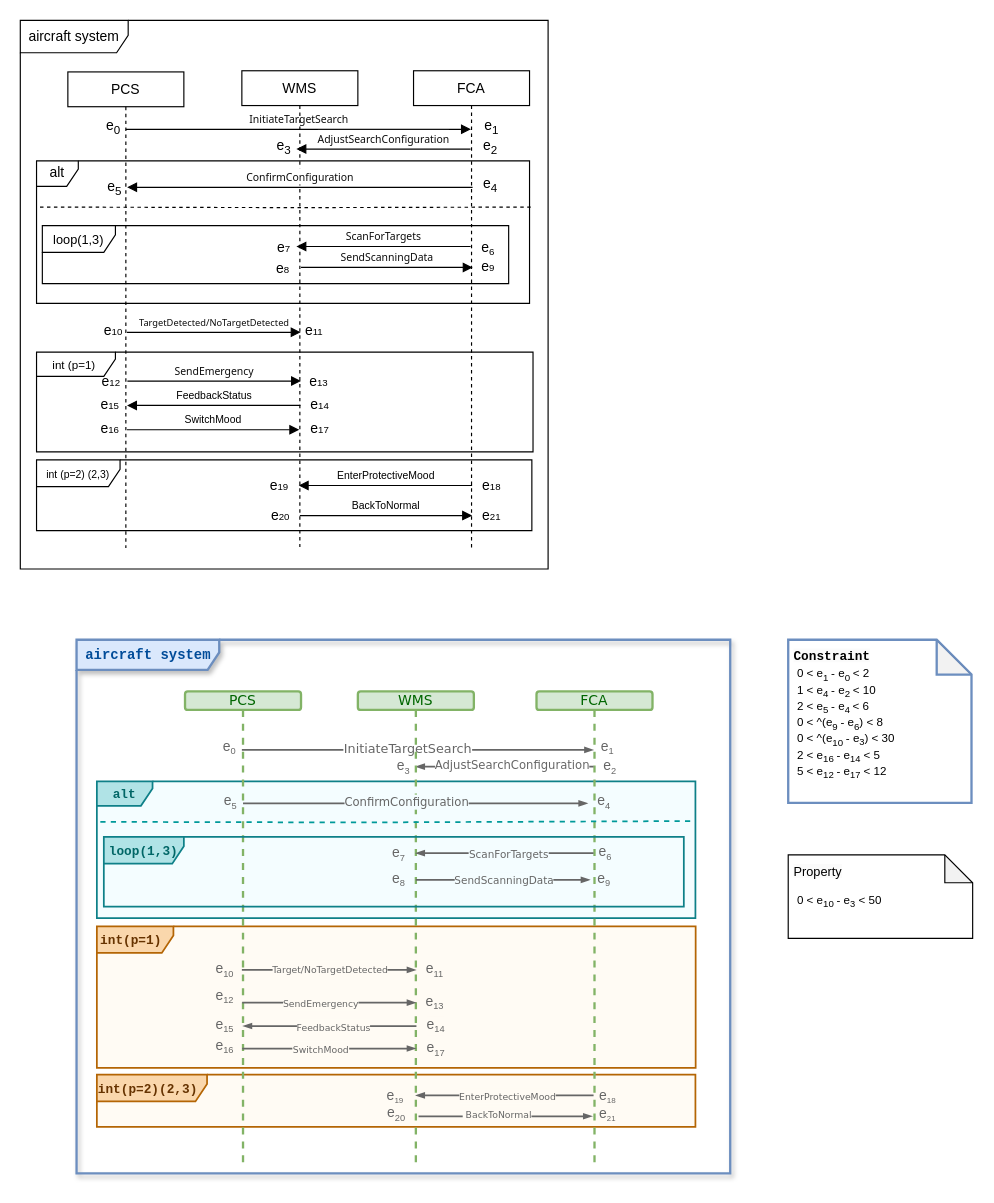
Earlier version of the draw.io diagram example.drawio (ShiYufei0708/draw). Source tidied: cells renumbered, new cells numbered last; positions are measured from the earlier drawing's top-left corner, leaving out a move shared by most shapes. Both pictures are drawn from the tidied source at 116%, with x=0, y=0 at pixel (20, 20).
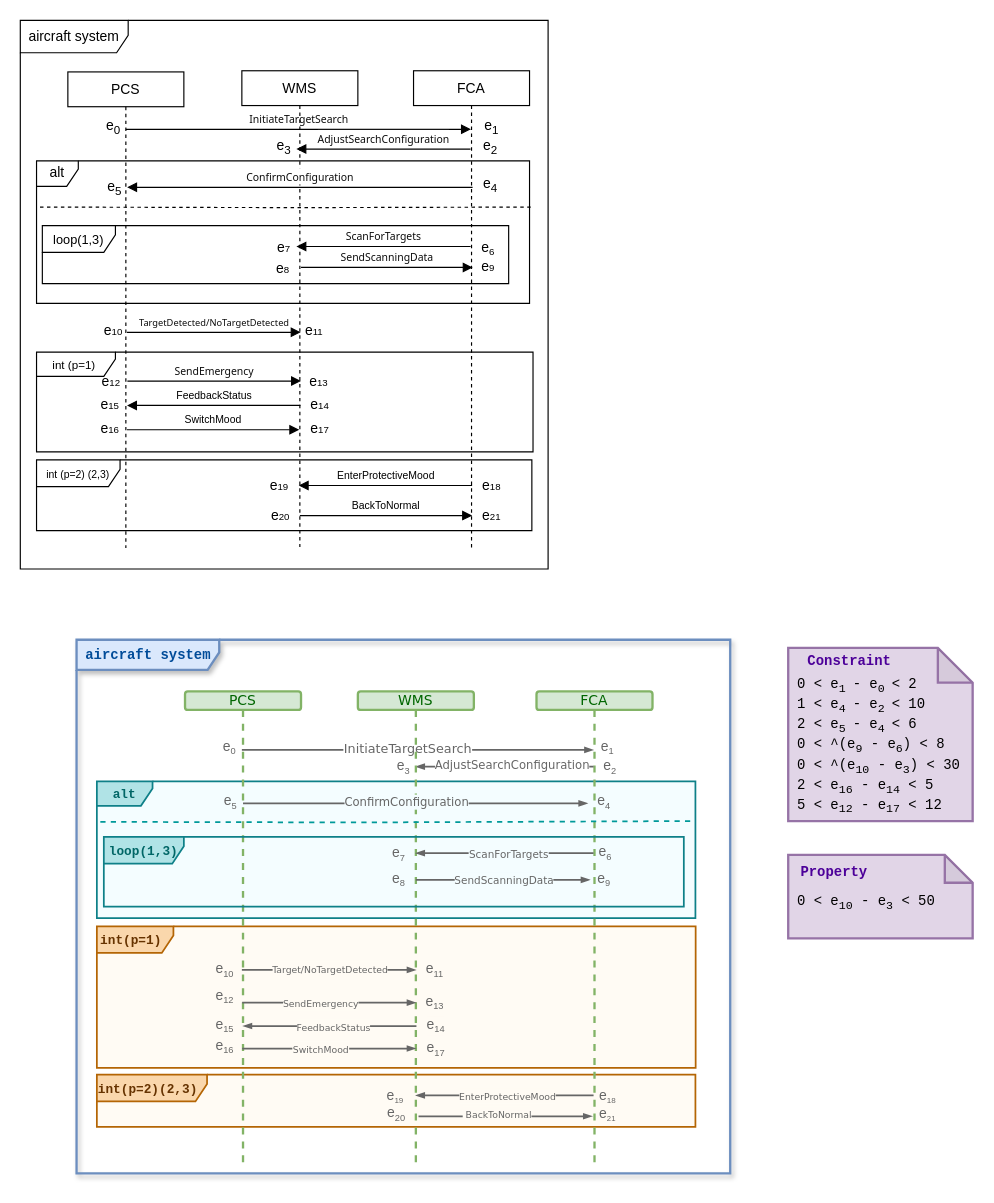
The same page after the edit.

What changed in the source:
```diff
@@
-    <mxCell id="48" style="group;" parent="1" vertex="1">
+    <mxCell id="48" style="group;strokeWidth=3;" parent="1" vertex="1">
       <mxGeometry x="662" y="719.5" width="159" height="162" as="geometry" />
     </mxCell>
-    <mxCell id="49" style="shape=note;whiteSpace=wrap;html=1;backgroundOutline=1;darkOpacity=0.05;size=24;" parent="48" vertex="1">
+    <mxCell id="49" style="shape=note;whiteSpace=wrap;html=1;backgroundOutline=1;darkOpacity=0.05;size=24;fillColor=#e1d5e7;strokeColor=#9673a6;strokeWidth=2;" parent="48" vertex="1">
       <mxGeometry width="159" height="72" as="geometry" />
     </mxCell>
-    <mxCell id="50" value="&lt;span style=&quot;color: rgb(0, 0, 0); font-family: Helvetica; font-size: 11px; font-style: normal; font-variant-ligatures: normal; font-variant-caps: normal; font-weight: 400; letter-spacing: normal; orphans: 2; text-align: left; text-indent: 0px; text-transform: none; widows: 2; word-spacing: 0px; -webkit-text-stroke-width: 0px; white-space: nowrap; background-color: rgb(251, 251, 251); text-decoration-thickness: initial; text-decoration-style: initial; text-decoration-color: initial; display: inline !important; float: none;&quot;&gt;Property&lt;/span&gt;" style="text;whiteSpace=wrap;html=1;" parent="48" vertex="1">
-      <mxGeometry x="3" width="78" height="46.5" as="geometry" />
+    <mxCell id="50" value="&lt;span style=&quot;font-style: normal; font-variant-ligatures: normal; font-variant-caps: normal; letter-spacing: normal; orphans: 2; text-align: left; text-indent: 0px; text-transform: none; widows: 2; word-spacing: 0px; -webkit-text-stroke-width: 0px; white-space: nowrap; text-decoration-thickness: initial; text-decoration-style: initial; text-decoration-color: initial; float: none; display: inline !important;&quot;&gt;&lt;font face=&quot;Courier New&quot; style=&quot;color: rgb(76, 0, 153);&quot;&gt;&lt;b style=&quot;&quot;&gt;Property&lt;/b&gt;&lt;/font&gt;&lt;/span&gt;" style="text;whiteSpace=wrap;html=1;" parent="48" vertex="1">
+      <mxGeometry x="9" width="78" height="46.5" as="geometry" />
     </mxCell>
-    <mxCell id="51" value="&lt;div&gt;&lt;div&gt;0 &amp;lt; e&lt;sub&gt;10&lt;/sub&gt;&lt;span style=&quot;font-size: 8.33333px;&quot;&gt;&amp;nbsp;&lt;/span&gt;- e&lt;span style=&quot;font-size: 8.33333px;&quot;&gt;&lt;sub style=&quot;font-size: 8px;&quot;&gt;3&lt;/sub&gt;&lt;/span&gt;&amp;nbsp;&amp;lt; 50&lt;div&gt;&lt;br&gt;&lt;/div&gt;&lt;/div&gt;&lt;/div&gt;" style="text;align=left;verticalAlign=top;rounded=0;horizontal=1;fontSize=10;html=1;" parent="48" vertex="1">
-      <mxGeometry x="6" y="26.5" width="116" height="109" as="geometry" />
+    <mxCell id="51" value="&lt;div&gt;&lt;div&gt;&lt;font face=&quot;Courier New&quot; style=&quot;font-size: 12px;&quot;&gt;0 &amp;lt; e&lt;sub style=&quot;&quot;&gt;10&lt;/sub&gt;&amp;nbsp;- e&lt;sub style=&quot;&quot;&gt;3&lt;/sub&gt;&amp;nbsp;&amp;lt; 50&lt;/font&gt;&lt;div&gt;&lt;br&gt;&lt;/div&gt;&lt;/div&gt;&lt;/div&gt;" style="text;align=left;verticalAlign=top;rounded=0;horizontal=1;fontSize=10;html=1;" parent="48" vertex="1">
+      <mxGeometry x="6" y="26.5" width="114" height="33.5" as="geometry" />
     </mxCell>
     <mxCell id="52" style="group;strokeWidth=3;dashed=1;" parent="1" vertex="1">
-      <mxGeometry x="662" y="534" width="158" height="162" as="geometry" />
+      <mxGeometry x="662" y="541" width="159" height="172" as="geometry" />
     </mxCell>
-    <mxCell id="53" style="shape=note;whiteSpace=wrap;html=1;backgroundOutline=1;darkOpacity=0.05;strokeColor=light-dark(#6c8ebf, #319eff);strokeWidth=2;" parent="52" vertex="1">
-      <mxGeometry width="158" height="140.7" as="geometry" />
+    <mxCell id="53" style="shape=note;whiteSpace=wrap;html=1;backgroundOutline=1;darkOpacity=0.05;strokeColor=#9673a6;strokeWidth=2;fillColor=#e1d5e7;" parent="52" vertex="1">
+      <mxGeometry width="159" height="149.4" as="geometry" />
     </mxCell>
-    <mxCell id="54" value="&lt;span style=&quot;color: rgb(0, 0, 0); font-size: 11px; font-style: normal; font-variant-ligatures: normal; font-variant-caps: normal; letter-spacing: normal; orphans: 2; text-align: left; text-indent: 0px; text-transform: none; widows: 2; word-spacing: 0px; -webkit-text-stroke-width: 0px; white-space: nowrap; background-color: rgb(251, 251, 251); text-decoration-thickness: initial; text-decoration-style: initial; text-decoration-color: initial; float: none; display: inline !important;&quot;&gt;&lt;font style=&quot;&quot; face=&quot;Courier New&quot;&gt;&lt;b&gt;Constraint&lt;/b&gt;&lt;/font&gt;&lt;/span&gt;" style="text;whiteSpace=wrap;html=1;" parent="52" vertex="1">
-      <mxGeometry x="3" width="77" height="20" as="geometry" />
+    <mxCell id="54" value="&lt;span style=&quot;font-style: normal; font-variant-ligatures: normal; font-variant-caps: normal; letter-spacing: normal; orphans: 2; text-align: left; text-indent: 0px; text-transform: none; widows: 2; word-spacing: 0px; -webkit-text-stroke-width: 0px; white-space: nowrap; text-decoration-thickness: initial; text-decoration-style: initial; text-decoration-color: initial; float: none; display: inline !important;&quot;&gt;&lt;font style=&quot;color: rgb(76, 0, 153);&quot; face=&quot;Courier New&quot;&gt;&lt;b style=&quot;&quot;&gt;Constraint&lt;/b&gt;&lt;/font&gt;&lt;/span&gt;" style="text;whiteSpace=wrap;html=1;" parent="52" vertex="1">
+      <mxGeometry x="14.6" y="-2.9" width="77.5" height="21.2" as="geometry" />
     </mxCell>
-    <mxCell id="55" value="0 &amp;lt; e&lt;sub&gt;1&amp;nbsp;&lt;/sub&gt;- e&lt;sub&gt;0&amp;nbsp;&lt;/sub&gt;&amp;lt; 2&lt;br&gt;1 &amp;lt; e&lt;sub&gt;4&amp;nbsp;&lt;/sub&gt;- e&lt;sub&gt;2&amp;nbsp;&lt;/sub&gt;&amp;lt; 10&lt;br&gt;2 &amp;lt; e&lt;sub&gt;5&amp;nbsp;&lt;/sub&gt;- e&lt;span style=&quot;font-size: 6.94444px;&quot;&gt;&lt;sub style=&quot;font-size: 8px;&quot;&gt;4&amp;nbsp;&lt;/sub&gt;&lt;/span&gt;&amp;lt; 6&lt;br&gt;0 &amp;lt; ^(e&lt;sub&gt;9&lt;/sub&gt;&lt;span style=&quot;font-size: 8.33333px;&quot;&gt;&amp;nbsp;&lt;/span&gt;- e&lt;sub&gt;6&lt;/sub&gt;) &amp;lt; 8&lt;div&gt;0 &amp;lt; ^(e&lt;sub&gt;10&lt;/sub&gt;&lt;span style=&quot;font-size: 8.33333px;&quot;&gt;&amp;nbsp;&lt;/span&gt;- e&lt;span style=&quot;font-size: 8.33333px;&quot;&gt;&lt;sub style=&quot;font-size: 8px;&quot;&gt;3&lt;/sub&gt;&lt;/span&gt;) &amp;lt; 30&lt;div&gt;2 &amp;lt; e&lt;sub&gt;16&lt;/sub&gt;&lt;span style=&quot;font-size: 8.33333px;&quot;&gt;&amp;nbsp;&lt;/span&gt;- e&lt;span style=&quot;font-size: 8.33333px;&quot;&gt;&lt;sub style=&quot;font-size: 8px;&quot;&gt;14&lt;/sub&gt;&lt;/span&gt;&amp;nbsp;&amp;lt; 5&lt;div&gt;5 &amp;lt; e&lt;sub&gt;12&lt;/sub&gt;&lt;span style=&quot;font-size: 8.33333px;&quot;&gt;&amp;nbsp;&lt;/span&gt;- e&lt;span style=&quot;font-size: 8.33333px;&quot;&gt;&lt;sub style=&quot;font-size: 8px;&quot;&gt;17&lt;/sub&gt;&lt;/span&gt;&amp;nbsp;&amp;lt; 12&lt;br&gt;&lt;/div&gt;&lt;/div&gt;&lt;/div&gt;" style="text;align=left;verticalAlign=top;rounded=0;horizontal=1;fontSize=10;html=1;strokeColor=none;" parent="52" vertex="1">
-      <mxGeometry x="6" y="17.3" width="114" height="112.7" as="geometry" />
+    <mxCell id="55" value="&lt;div style=&quot;line-height: 130%;&quot;&gt;&lt;font style=&quot;font-size: 12px;&quot; face=&quot;Courier New&quot;&gt;&lt;span style=&quot;background-color: transparent; color: light-dark(rgb(0, 0, 0), rgb(255, 255, 255));&quot;&gt;0 &amp;lt; e&lt;/span&gt;&lt;sub style=&quot;background-color: transparent; color: light-dark(rgb(0, 0, 0), rgb(255, 255, 255)); line-height: 130%;&quot;&gt;1&amp;nbsp;&lt;/sub&gt;&lt;span style=&quot;background-color: transparent; color: light-dark(rgb(0, 0, 0), rgb(255, 255, 255));&quot;&gt;- e&lt;/span&gt;&lt;sub style=&quot;background-color: transparent; color: light-dark(rgb(0, 0, 0), rgb(255, 255, 255)); line-height: 130%;&quot;&gt;0&amp;nbsp;&lt;/sub&gt;&lt;span style=&quot;background-color: transparent; color: light-dark(rgb(0, 0, 0), rgb(255, 255, 255));&quot;&gt;&amp;lt; 2&lt;/span&gt;&lt;/font&gt;&lt;/div&gt;&lt;font face=&quot;Courier New&quot; style=&quot;line-height: 130%; font-size: 12px;&quot;&gt;&lt;div style=&quot;&quot;&gt;&lt;span style=&quot;background-color: transparent; color: light-dark(rgb(0, 0, 0), rgb(255, 255, 255));&quot;&gt;1 &amp;lt; e&lt;/span&gt;&lt;sub style=&quot;background-color: transparent; color: light-dark(rgb(0, 0, 0), rgb(255, 255, 255)); line-height: 130%;&quot;&gt;4&amp;nbsp;&lt;/sub&gt;&lt;span style=&quot;background-color: transparent; color: light-dark(rgb(0, 0, 0), rgb(255, 255, 255));&quot;&gt;- e&lt;/span&gt;&lt;sub style=&quot;background-color: transparent; color: light-dark(rgb(0, 0, 0), rgb(255, 255, 255)); line-height: 130%;&quot;&gt;2&amp;nbsp;&lt;/sub&gt;&lt;span style=&quot;background-color: transparent; color: light-dark(rgb(0, 0, 0), rgb(255, 255, 255));&quot;&gt;&amp;lt; 10&lt;/span&gt;&lt;/div&gt;&lt;div style=&quot;&quot;&gt;&lt;span style=&quot;background-color: transparent; color: light-dark(rgb(0, 0, 0), rgb(255, 255, 255));&quot;&gt;2 &amp;lt; e&lt;/span&gt;&lt;sub style=&quot;background-color: transparent; color: light-dark(rgb(0, 0, 0), rgb(255, 255, 255)); line-height: 130%;&quot;&gt;5&amp;nbsp;&lt;/sub&gt;&lt;span style=&quot;background-color: transparent; color: light-dark(rgb(0, 0, 0), rgb(255, 255, 255));&quot;&gt;- e&lt;/span&gt;&lt;span style=&quot;background-color: transparent; color: light-dark(rgb(0, 0, 0), rgb(255, 255, 255));&quot;&gt;&lt;sub style=&quot;line-height: 130%;&quot;&gt;4&amp;nbsp;&lt;/sub&gt;&lt;/span&gt;&lt;span style=&quot;background-color: transparent; color: light-dark(rgb(0, 0, 0), rgb(255, 255, 255));&quot;&gt;&amp;lt; 6&lt;/span&gt;&lt;/div&gt;&lt;div style=&quot;&quot;&gt;&lt;span style=&quot;background-color: transparent; color: light-dark(rgb(0, 0, 0), rgb(255, 255, 255));&quot;&gt;0 &amp;lt; ^(e&lt;/span&gt;&lt;sub style=&quot;background-color: transparent; color: light-dark(rgb(0, 0, 0), rgb(255, 255, 255)); line-height: 130%;&quot;&gt;9&lt;/sub&gt;&lt;span style=&quot;background-color: transparent; color: light-dark(rgb(0, 0, 0), rgb(255, 255, 255));&quot;&gt;&amp;nbsp;&lt;/span&gt;&lt;span style=&quot;background-color: transparent; color: light-dark(rgb(0, 0, 0), rgb(255, 255, 255));&quot;&gt;- e&lt;/span&gt;&lt;sub style=&quot;background-color: transparent; color: light-dark(rgb(0, 0, 0), rgb(255, 255, 255)); line-height: 130%;&quot;&gt;6&lt;/sub&gt;&lt;span style=&quot;background-color: transparent; color: light-dark(rgb(0, 0, 0), rgb(255, 255, 255));&quot;&gt;) &amp;lt; 8&lt;/span&gt;&lt;/div&gt;&lt;/font&gt;&lt;div style=&quot;line-height: 130%;&quot;&gt;&lt;div style=&quot;&quot;&gt;&lt;font style=&quot;font-size: 12px;&quot; face=&quot;Courier New&quot;&gt;&lt;span style=&quot;background-color: transparent; color: light-dark(rgb(0, 0, 0), rgb(255, 255, 255));&quot;&gt;0 &amp;lt; ^(e&lt;/span&gt;&lt;sub style=&quot;background-color: transparent; color: light-dark(rgb(0, 0, 0), rgb(255, 255, 255)); line-height: 130%;&quot;&gt;10&lt;/sub&gt;&lt;span style=&quot;background-color: transparent; color: light-dark(rgb(0, 0, 0), rgb(255, 255, 255));&quot;&gt;&amp;nbsp;&lt;/span&gt;&lt;span style=&quot;background-color: transparent; color: light-dark(rgb(0, 0, 0), rgb(255, 255, 255));&quot;&gt;- e&lt;/span&gt;&lt;span style=&quot;background-color: transparent; color: light-dark(rgb(0, 0, 0), rgb(255, 255, 255));&quot;&gt;&lt;sub style=&quot;line-height: 130%;&quot;&gt;3&lt;/sub&gt;&lt;/span&gt;&lt;span style=&quot;background-color: transparent; color: light-dark(rgb(0, 0, 0), rgb(255, 255, 255));&quot;&gt;) &amp;lt; 30&lt;/span&gt;&lt;/font&gt;&lt;/div&gt;&lt;div&gt;&lt;div style=&quot;&quot;&gt;&lt;font style=&quot;font-size: 12px;&quot; face=&quot;Courier New&quot;&gt;&lt;span style=&quot;background-color: transparent; color: light-dark(rgb(0, 0, 0), rgb(255, 255, 255));&quot;&gt;2 &amp;lt; e&lt;/span&gt;&lt;sub style=&quot;background-color: transparent; color: light-dark(rgb(0, 0, 0), rgb(255, 255, 255)); line-height: 130%;&quot;&gt;16&lt;/sub&gt;&lt;span style=&quot;background-color: transparent; color: light-dark(rgb(0, 0, 0), rgb(255, 255, 255));&quot;&gt;&amp;nbsp;&lt;/span&gt;&lt;span style=&quot;background-color: transparent; color: light-dark(rgb(0, 0, 0), rgb(255, 255, 255));&quot;&gt;- e&lt;/span&gt;&lt;span style=&quot;background-color: transparent; color: light-dark(rgb(0, 0, 0), rgb(255, 255, 255));&quot;&gt;&lt;sub style=&quot;line-height: 130%;&quot;&gt;14&lt;/sub&gt;&lt;/span&gt;&lt;span style=&quot;background-color: transparent; color: light-dark(rgb(0, 0, 0), rgb(255, 255, 255));&quot;&gt;&amp;nbsp;&amp;lt; 5&lt;/span&gt;&lt;/font&gt;&lt;/div&gt;&lt;div style=&quot;&quot;&gt;&lt;font style=&quot;font-size: 12px;&quot; face=&quot;Courier New&quot;&gt;5 &amp;lt; e&lt;sub style=&quot;line-height: 130%;&quot;&gt;12&lt;/sub&gt;&amp;nbsp;- e&lt;sub style=&quot;line-height: 130%;&quot;&gt;17&lt;/sub&gt;&amp;nbsp;&amp;lt; 12&lt;/font&gt;&lt;br&gt;&lt;/div&gt;&lt;/div&gt;&lt;/div&gt;" style="text;align=left;verticalAlign=top;rounded=0;horizontal=1;fontSize=10;html=1;strokeColor=none;" parent="52" vertex="1">
+      <mxGeometry x="6" y="18.4" width="94.6" height="119.7" as="geometry" />
     </mxCell>
```
